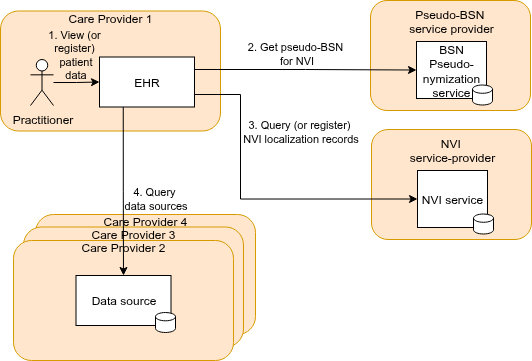
nuts-foundation/nl-generic-functions-ig keeps this draw.io diagram as input/images/localization-overview-transactions.png. Above is the earlier version. Source tidied: cells renumbered, new cells last; positions are measured from the earlier drawing's top-left corner, leaving out a move shared by most shapes. The source it was exported from:
```xml
<mxGraphModel>
  <root>
    <mxCell id="0" />
    <mxCell id="1" parent="0" />
    <mxCell id="2" value="Care Provider 4" style="rounded=1;whiteSpace=wrap;html=1;verticalAlign=top;align=center;fillColor=#ffe6cc;strokeColor=#d79b00;spacing=-5;" parent="1" vertex="1">
      <mxGeometry x="35" y="214" width="220" height="120" as="geometry" />
    </mxCell>
    <mxCell id="3" value="Care Provider 3" style="rounded=1;whiteSpace=wrap;html=1;verticalAlign=top;align=center;fillColor=#ffe6cc;strokeColor=#d79b00;spacing=-5;" parent="1" vertex="1">
      <mxGeometry x="23" y="226.5" width="220" height="120" as="geometry" />
    </mxCell>
    <mxCell id="4" value="Care Provider 1" style="rounded=1;whiteSpace=wrap;html=1;verticalAlign=top;align=center;fillColor=#ffe6cc;strokeColor=#d79b00;spacing=-5;" parent="1" vertex="1">
      <mxGeometry y="10.5" width="220" height="120" as="geometry" />
    </mxCell>
    <mxCell id="5" value="Pseudo-BSN&amp;nbsp;&lt;div&gt;service provider&lt;/div&gt;" style="rounded=1;whiteSpace=wrap;html=1;verticalAlign=top;align=center;fillColor=#ffe6cc;strokeColor=#d79b00;spacingLeft=9;horizontal=1;spacingRight=7;" parent="1" vertex="1">
      <mxGeometry x="370" width="160" height="110" as="geometry" />
    </mxCell>
    <mxCell id="6" value="BSN Pseudo-nymization service" style="rounded=0;whiteSpace=wrap;html=1;" parent="1" vertex="1">
      <mxGeometry x="416" y="41" width="70" height="57" as="geometry" />
    </mxCell>
    <mxCell id="7" style="shape=cylinder3;whiteSpace=wrap;html=1;boundedLbl=1;backgroundOutline=1;size=4.14285714285711;" parent="1" vertex="1">
      <mxGeometry x="472" y="84.5" width="20" height="20" as="geometry" />
    </mxCell>
    <mxCell id="8" style="edgeStyle=orthogonalEdgeStyle;rounded=0;jettySize=auto;html=1;" parent="1" edge="1" source="10" target="13">
      <mxGeometry relative="1" as="geometry" />
    </mxCell>
    <mxCell id="9" value="1. View&amp;nbsp;&lt;span style=&quot;background-color: transparent; color: light-dark(rgb(0, 0, 0), rgb(255, 255, 255));&quot;&gt;(or&amp;nbsp;&lt;/span&gt;&lt;div&gt;register)&amp;nbsp;&lt;div&gt;patient&lt;/div&gt;&lt;div&gt;data&lt;/div&gt;&lt;/div&gt;" style="edgeLabel;html=1;align=center;verticalAlign=middle;labelBackgroundColor=none;" parent="8" vertex="1">
      <mxGeometry x="-0.19" relative="1" as="geometry">
        <mxPoint x="3" y="-28" as="offset" />
      </mxGeometry>
    </mxCell>
    <mxCell id="10" value="Practitioner" style="shape=umlActor;verticalLabelPosition=bottom;verticalAlign=top;html=1;outlineConnect=0;" parent="1" vertex="1">
      <mxGeometry x="30" y="59" width="23" height="46" as="geometry" />
    </mxCell>
    <mxCell id="11" style="edgeStyle=orthogonalEdgeStyle;rounded=0;jettySize=auto;html=1;exitX=1;exitY=0.25;exitDx=0;exitDy=0;" parent="1" edge="1" source="13" target="6">
      <mxGeometry relative="1" as="geometry" />
    </mxCell>
    <mxCell id="12" value="2. Get pseudo-BSN&amp;nbsp;&lt;div&gt;for NVI&lt;/div&gt;" style="edgeLabel;html=1;align=center;verticalAlign=middle;" parent="11" vertex="1">
      <mxGeometry x="-0.57" y="-1" relative="1" as="geometry">
        <mxPoint x="55" y="-17" as="offset" />
      </mxGeometry>
    </mxCell>
    <mxCell id="13" value="EHR" style="rounded=0;whiteSpace=wrap;html=1;" parent="1" vertex="1">
      <mxGeometry x="99" y="56.5" width="95" height="50" as="geometry" />
    </mxCell>
    <mxCell id="14" value="NVI&amp;nbsp;&lt;div&gt;service-provider&lt;/div&gt;" style="rounded=1;whiteSpace=wrap;html=1;verticalAlign=top;align=center;fillColor=#ffe6cc;strokeColor=#d79b00;spacingLeft=9;horizontal=1;spacingRight=7;" parent="1" vertex="1">
      <mxGeometry x="371" y="129" width="160" height="110" as="geometry" />
    </mxCell>
    <mxCell id="15" value="NVI service" style="rounded=0;whiteSpace=wrap;html=1;" parent="1" vertex="1">
      <mxGeometry x="417" y="170" width="70" height="57" as="geometry" />
    </mxCell>
    <mxCell id="16" style="shape=cylinder3;whiteSpace=wrap;html=1;boundedLbl=1;backgroundOutline=1;size=4.14285714285711;" parent="1" vertex="1">
      <mxGeometry x="473" y="213.5" width="20" height="20" as="geometry" />
    </mxCell>
    <mxCell id="17" style="edgeStyle=orthogonalEdgeStyle;rounded=0;jettySize=auto;html=1;exitX=1;exitY=0.75;exitDx=0;exitDy=0;entryX=0;entryY=0.5;entryDx=0;entryDy=0;" parent="1" edge="1" source="13" target="15">
      <mxGeometry relative="1" as="geometry">
        <Array as="points">
          <mxPoint x="240" y="94" />
          <mxPoint x="240" y="199" />
        </Array>
      </mxGeometry>
    </mxCell>
    <mxCell id="18" value="3. Query (or register)&amp;nbsp;&lt;div&gt;NVI localization records&lt;/div&gt;" style="edgeLabel;html=1;align=center;verticalAlign=middle;" parent="17" vertex="1">
      <mxGeometry x="0.23" relative="1" as="geometry">
        <mxPoint x="10" y="-68" as="offset" />
      </mxGeometry>
    </mxCell>
    <mxCell id="19" value="Care Provider 2" style="rounded=1;whiteSpace=wrap;html=1;verticalAlign=top;align=center;fillColor=#ffe6cc;strokeColor=#d79b00;spacing=-5;" parent="1" vertex="1">
      <mxGeometry x="13" y="240" width="220" height="120" as="geometry" />
    </mxCell>
    <mxCell id="20" value="Data source" style="rounded=0;whiteSpace=wrap;html=1;" parent="1" vertex="1">
      <mxGeometry x="75.5" y="275" width="95" height="50" as="geometry" />
    </mxCell>
    <mxCell id="21" style="shape=cylinder3;whiteSpace=wrap;html=1;boundedLbl=1;backgroundOutline=1;size=4.14285714285711;" parent="1" vertex="1">
      <mxGeometry x="155" y="312" width="20" height="20" as="geometry" />
    </mxCell>
    <mxCell id="22" style="edgeStyle=orthogonalEdgeStyle;rounded=0;jettySize=auto;html=1;exitX=0.25;exitY=1;exitDx=0;exitDy=0;" parent="1" edge="1" source="13" target="20">
      <mxGeometry relative="1" as="geometry" />
    </mxCell>
    <mxCell id="23" value="4. Query&amp;nbsp;&lt;div&gt;data sources&lt;/div&gt;" style="edgeLabel;html=1;align=center;verticalAlign=middle;" parent="22" vertex="1">
      <mxGeometry x="-0.14" y="1" relative="1" as="geometry">
        <mxPoint x="31" y="19" as="offset" />
      </mxGeometry>
    </mxCell>
  </root>
</mxGraphModel>
```
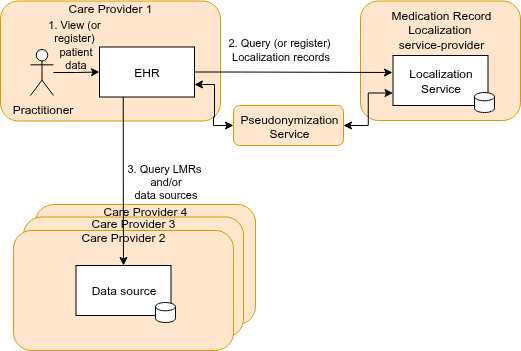
Above is the later version.

Commit message:
data model to DocumentReference

Change to the diagram source:
```diff
@@ -11,15 +11,9 @@
     <mxCell id="4" value="Care Provider 1" style="rounded=1;whiteSpace=wrap;html=1;verticalAlign=top;align=center;fillColor=#ffe6cc;strokeColor=#d79b00;spacing=-5;" parent="1" vertex="1">
       <mxGeometry y="10.5" width="220" height="120" as="geometry" />
     </mxCell>
-    <mxCell id="5" value="Pseudo-BSN&amp;nbsp;&lt;div&gt;service provider&lt;/div&gt;" style="rounded=1;whiteSpace=wrap;html=1;verticalAlign=top;align=center;fillColor=#ffe6cc;strokeColor=#d79b00;spacingLeft=9;horizontal=1;spacingRight=7;" parent="1" vertex="1">
-      <mxGeometry x="370" width="160" height="110" as="geometry" />
+    <mxCell id="5" value="Pseudonymization Service" style="rounded=1;whiteSpace=wrap;html=1;verticalAlign=top;align=center;fillColor=#ffe6cc;strokeColor=#d79b00;spacingLeft=9;horizontal=1;spacingRight=7;" parent="1" vertex="1">
+      <mxGeometry x="233" y="115" width="110" height="40" as="geometry" />
     </mxCell>
-    <mxCell id="6" value="BSN Pseudo-nymization service" style="rounded=0;whiteSpace=wrap;html=1;" parent="1" vertex="1">
-      <mxGeometry x="416" y="41" width="70" height="57" as="geometry" />
-    </mxCell>
-    <mxCell id="7" style="shape=cylinder3;whiteSpace=wrap;html=1;boundedLbl=1;backgroundOutline=1;size=4.14285714285711;" parent="1" vertex="1">
-      <mxGeometry x="472" y="84.5" width="20" height="20" as="geometry" />
-    </mxCell>
     <mxCell id="8" style="edgeStyle=orthogonalEdgeStyle;rounded=0;jettySize=auto;html=1;" parent="1" edge="1" source="10" target="13">
       <mxGeometry relative="1" as="geometry" />
     </mxCell>
@@ -31,37 +25,27 @@
     <mxCell id="10" value="Practitioner" style="shape=umlActor;verticalLabelPosition=bottom;verticalAlign=top;html=1;outlineConnect=0;" parent="1" vertex="1">
       <mxGeometry x="30" y="59" width="23" height="46" as="geometry" />
     </mxCell>
-    <mxCell id="11" style="edgeStyle=orthogonalEdgeStyle;rounded=0;jettySize=auto;html=1;exitX=1;exitY=0.25;exitDx=0;exitDy=0;" parent="1" edge="1" source="13" target="6">
+    <mxCell id="11" style="edgeStyle=orthogonalEdgeStyle;rounded=0;jettySize=auto;html=1;exitX=1;exitY=0.75;exitDx=0;exitDy=0;entryX=0;entryY=0.5;entryDx=0;entryDy=0;startArrow=classic;startFill=1;" parent="1" edge="1" source="13" target="5">
       <mxGeometry relative="1" as="geometry" />
     </mxCell>
-    <mxCell id="12" value="2. Get pseudo-BSN&amp;nbsp;&lt;div&gt;for NVI&lt;/div&gt;" style="edgeLabel;html=1;align=center;verticalAlign=middle;" parent="11" vertex="1">
-      <mxGeometry x="-0.57" y="-1" relative="1" as="geometry">
-        <mxPoint x="55" y="-17" as="offset" />
-      </mxGeometry>
-    </mxCell>
     <mxCell id="13" value="EHR" style="rounded=0;whiteSpace=wrap;html=1;" parent="1" vertex="1">
       <mxGeometry x="99" y="56.5" width="95" height="50" as="geometry" />
     </mxCell>
-    <mxCell id="14" value="NVI&amp;nbsp;&lt;div&gt;service-provider&lt;/div&gt;" style="rounded=1;whiteSpace=wrap;html=1;verticalAlign=top;align=center;fillColor=#ffe6cc;strokeColor=#d79b00;spacingLeft=9;horizontal=1;spacingRight=7;" parent="1" vertex="1">
-      <mxGeometry x="371" y="129" width="160" height="110" as="geometry" />
+    <mxCell id="14" value="Medication Record Localization&amp;nbsp;&lt;div&gt;service-provider&lt;/div&gt;" style="rounded=1;whiteSpace=wrap;html=1;verticalAlign=top;align=center;fillColor=#ffe6cc;strokeColor=#d79b00;spacingLeft=9;horizontal=1;spacingRight=7;" parent="1" vertex="1">
+      <mxGeometry x="360" y="10.5" width="160" height="119.5" as="geometry" />
     </mxCell>
-    <mxCell id="15" value="NVI service" style="rounded=0;whiteSpace=wrap;html=1;" parent="1" vertex="1">
-      <mxGeometry x="417" y="170" width="70" height="57" as="geometry" />
-    </mxCell>
-    <mxCell id="16" style="shape=cylinder3;whiteSpace=wrap;html=1;boundedLbl=1;backgroundOutline=1;size=4.14285714285711;" parent="1" vertex="1">
-      <mxGeometry x="473" y="213.5" width="20" height="20" as="geometry" />
-    </mxCell>
-    <mxCell id="17" style="edgeStyle=orthogonalEdgeStyle;rounded=0;jettySize=auto;html=1;exitX=1;exitY=0.75;exitDx=0;exitDy=0;entryX=0;entryY=0.5;entryDx=0;entryDy=0;" parent="1" edge="1" source="13" target="15">
+    <mxCell id="17" style="edgeStyle=orthogonalEdgeStyle;rounded=0;jettySize=auto;html=1;exitX=1;exitY=0.5;exitDx=0;exitDy=0;entryX=0;entryY=0.5;entryDx=0;entryDy=0;" parent="1" edge="1" source="13">
       <mxGeometry relative="1" as="geometry">
+        <mxPoint x="392" y="82" as="targetPoint" />
         <Array as="points">
-          <mxPoint x="240" y="94" />
-          <mxPoint x="240" y="199" />
+          <mxPoint x="240" y="82" />
+          <mxPoint x="392" y="82" />
         </Array>
       </mxGeometry>
     </mxCell>
-    <mxCell id="18" value="3. Query (or register)&amp;nbsp;&lt;div&gt;NVI localization records&lt;/div&gt;" style="edgeLabel;html=1;align=center;verticalAlign=middle;" parent="17" vertex="1">
+    <mxCell id="18" value="2. Query (or register)&amp;nbsp;&lt;div&gt;Localization records&lt;/div&gt;" style="edgeLabel;html=1;align=center;verticalAlign=middle;" parent="17" vertex="1">
       <mxGeometry x="0.23" relative="1" as="geometry">
-        <mxPoint x="10" y="-68" as="offset" />
+        <mxPoint x="-36" y="-23" as="offset" />
       </mxGeometry>
     </mxCell>
     <mxCell id="19" value="Care Provider 2" style="rounded=1;whiteSpace=wrap;html=1;verticalAlign=top;align=center;fillColor=#ffe6cc;strokeColor=#d79b00;spacing=-5;" parent="1" vertex="1">
@@ -76,10 +60,19 @@
     <mxCell id="22" style="edgeStyle=orthogonalEdgeStyle;rounded=0;jettySize=auto;html=1;exitX=0.25;exitY=1;exitDx=0;exitDy=0;" parent="1" edge="1" source="13" target="20">
       <mxGeometry relative="1" as="geometry" />
     </mxCell>
-    <mxCell id="23" value="4. Query&amp;nbsp;&lt;div&gt;data sources&lt;/div&gt;" style="edgeLabel;html=1;align=center;verticalAlign=middle;" parent="22" vertex="1">
+    <mxCell id="23" value="3. Query LMRs&amp;nbsp;&lt;div&gt;and/or&lt;div&gt;data sources&lt;/div&gt;&lt;/div&gt;" style="edgeLabel;html=1;align=center;verticalAlign=middle;" parent="22" vertex="1">
       <mxGeometry x="-0.14" y="1" relative="1" as="geometry">
-        <mxPoint x="31" y="19" as="offset" />
+        <mxPoint x="41" y="11" as="offset" />
       </mxGeometry>
     </mxCell>
+    <mxCell id="24" style="edgeStyle=orthogonalEdgeStyle;rounded=0;jettySize=auto;html=1;entryX=0;entryY=0.75;entryDx=0;entryDy=0;startArrow=classic;startFill=1;exitX=1;exitY=0.5;exitDx=0;exitDy=0;" parent="1" edge="1" source="5" target="25">
+      <mxGeometry relative="1" as="geometry" />
+    </mxCell>
+    <mxCell id="25" value="Localization&lt;div&gt;Service&lt;/div&gt;" style="rounded=0;whiteSpace=wrap;html=1;" parent="1" vertex="1">
+      <mxGeometry x="392.5" y="65" width="95" height="50" as="geometry" />
+    </mxCell>
+    <mxCell id="16" style="shape=cylinder3;whiteSpace=wrap;html=1;boundedLbl=1;backgroundOutline=1;size=4.14285714285711;" parent="1" vertex="1">
+      <mxGeometry x="474" y="102" width="20" height="20" as="geometry" />
+    </mxCell>
   </root>
 </mxGraphModel>
```
